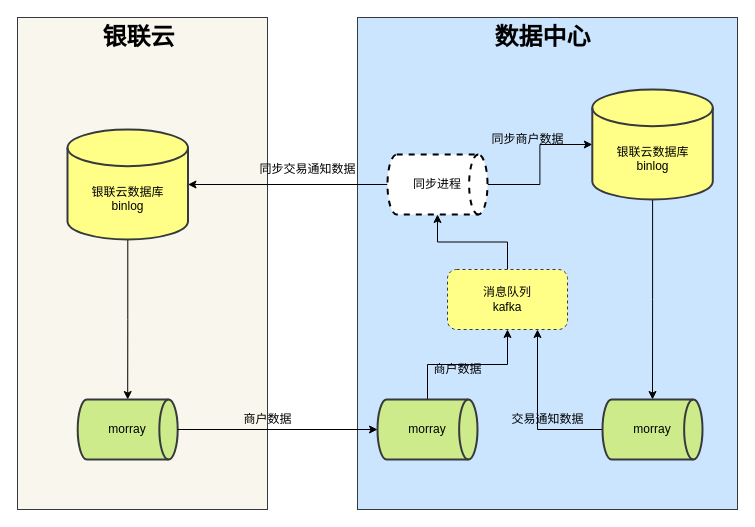
This is Untitled Diagramq.drawio from chenqian168/cq, a draw.io file, before an edit. Source tidied: cells renumbered, new cells numbered last; positions are measured from the earlier drawing's top-left corner, leaving out a move shared by most shapes. Both pictures are drawn from the tidied source at 100%, with x=0, y=0 at pixel (17, 17).
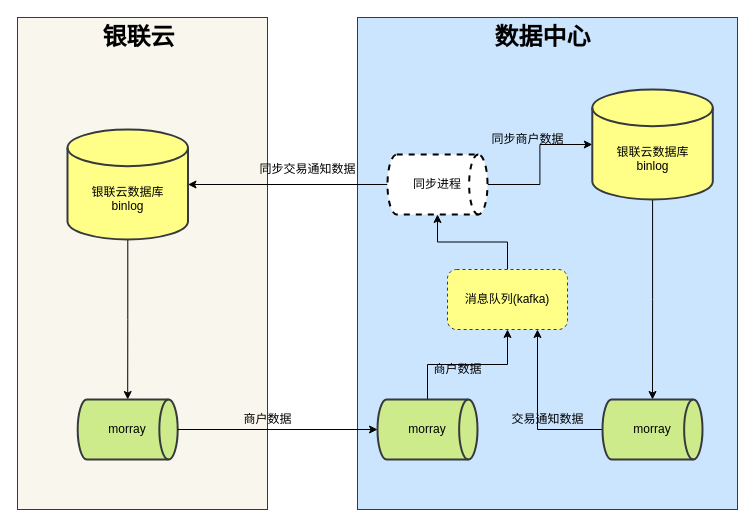
Above is the later version.

Change to the diagram source:
```diff
@@
-    <mxCell id="12" value="消息队列&lt;br&gt;kafka" style="rounded=1;whiteSpace=wrap;html=1;fontFamily=Helvetica;strokeColor=#36393d;dashed=1;fillColor=#ffff88;" parent="1" vertex="1">
+    <mxCell id="12" value="消息队列(kafka)" style="rounded=1;whiteSpace=wrap;html=1;fontFamily=Helvetica;strokeColor=#36393d;dashed=1;fillColor=#ffff88;" parent="1" vertex="1">
       <mxGeometry x="430" y="252" width="120" height="60" as="geometry" />
     </mxCell>
```
